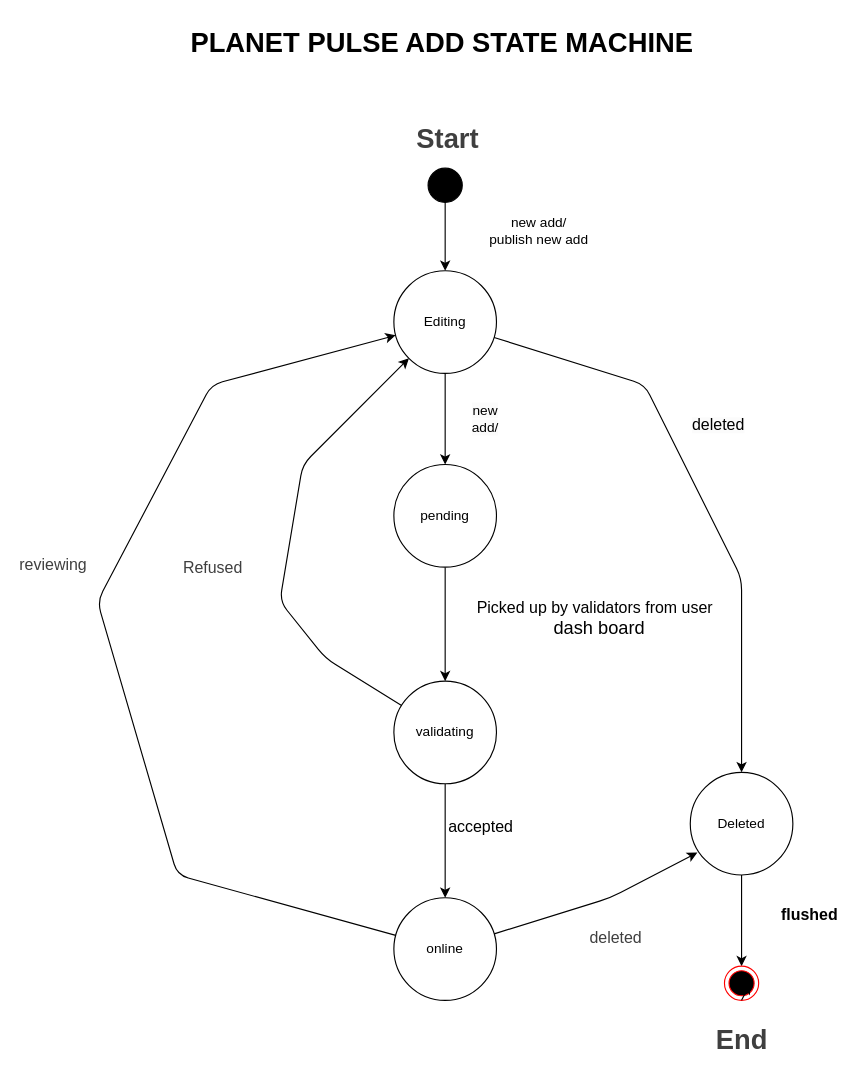
Before: Docs/Status-machine/State-machine.drawio in Giao748/ISEP-PESTI, a draw.io diagram. Source tidied: cells renumbered, new cells numbered last; positions are measured from the earlier drawing's top-left corner, leaving out a move shared by most shapes. Both pictures are drawn from the tidied source at 114%, with x=0, y=0 at pixel (97, 19).
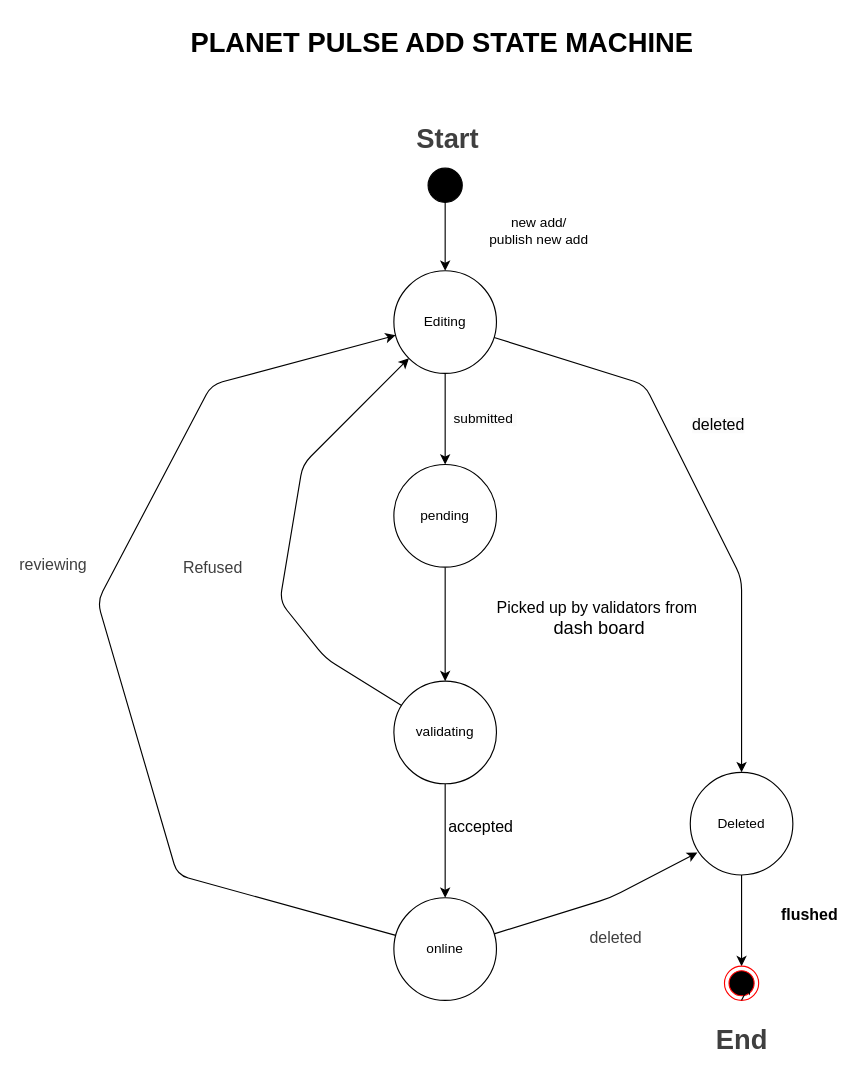
The same page after the edit.

Unchanged cells that the change refers to:
```xml
<mxCell id="5" value="Editing" style="ellipse;whiteSpace=wrap;html=1;" parent="1" vertex="1">
  <mxGeometry x="260" y="220" width="90" height="90" as="geometry" />
</mxCell>
<mxCell id="9" value="pending" style="ellipse;whiteSpace=wrap;html=1;" parent="1" vertex="1">
  <mxGeometry x="260" y="390" width="90" height="90" as="geometry" />
</mxCell>
```

What changed in the source:
```diff
@@
-<mxGraphModel>
+<mxGraphModel background="#ffffff">
@@
-    <mxCell id="4" value="&lt;span style=&quot;color: rgb(0, 0, 0); font-family: Helvetica; font-size: 12px; font-style: normal; font-variant-ligatures: normal; font-variant-caps: normal; font-weight: 400; letter-spacing: normal; orphans: 2; text-align: center; text-indent: 0px; text-transform: none; widows: 2; word-spacing: 0px; -webkit-text-stroke-width: 0px; white-space: normal; background-color: rgb(251, 251, 251); text-decoration-thickness: initial; text-decoration-style: initial; text-decoration-color: initial; display: inline !important; float: none;&quot;&gt;new add/&lt;/span&gt;&lt;br class=&quot;Apple-interchange-newline&quot;&gt;" style="edgeStyle=none;html=1;" parent="1" edge="1" source="5" target="9">
+    <mxCell id="4" value="&lt;span style=&quot;font-size: 12px; text-wrap: wrap; background-color: rgb(251, 251, 251);&quot;&gt;submitted&amp;nbsp;&lt;/span&gt;" style="edgeStyle=none;html=1;" parent="1" edge="1" source="5" target="9">
       <mxGeometry y="35" relative="1" as="geometry" />
     </mxCell>
@@
-    <mxCell id="24" value="&lt;font style=&quot;scrollbar-color: light-dark(#e2e2e2, #4b4b4b)&lt;br/&gt;&#9;&#9;&#9;&#9;&#9;light-dark(#fbfbfb, var(--dark-panel-color)); font-size: 14px;&quot;&gt;Picked up by validators from user&amp;nbsp;&amp;nbsp;&lt;/font&gt;&lt;div style=&quot;scrollbar-color: light-dark(#e2e2e2, #4b4b4b)&lt;br/&gt;&#9;&#9;&#9;&#9;&#9;light-dark(#fbfbfb, var(--dark-panel-color));&quot;&gt;&lt;font style=&quot;scrollbar-color: light-dark(#e2e2e2, #4b4b4b)&lt;br/&gt;&#9;&#9;&#9;&#9;&#9;light-dark(#fbfbfb, var(--dark-panel-color));&quot; size=&quot;3&quot;&gt;dash board&lt;/font&gt;&lt;/div&gt;" style="text;html=1;align=center;verticalAlign=middle;strokeColor=none;fillColor=none;" parent="1" vertex="1">
-      <mxGeometry x="320" y="500" width="240" height="50" as="geometry" />
+    <mxCell id="24" value="&lt;font style=&quot;scrollbar-color: light-dark(#e2e2e2, #4b4b4b)&lt;br/&gt;&#9;&#9;&#9;&#9;&#9;light-dark(#fbfbfb, var(--dark-panel-color)); font-size: 14px;&quot;&gt;Picked up by validators from&amp;nbsp;&lt;/font&gt;&lt;div style=&quot;scrollbar-color: light-dark(#e2e2e2, #4b4b4b)&lt;br/&gt;&#9;&#9;&#9;&#9;&#9;light-dark(#fbfbfb, var(--dark-panel-color));&quot;&gt;&lt;font style=&quot;scrollbar-color: light-dark(#e2e2e2, #4b4b4b)&lt;br/&gt;&#9;&#9;&#9;&#9;&#9;light-dark(#fbfbfb, var(--dark-panel-color));&quot; size=&quot;3&quot;&gt;dash board&lt;/font&gt;&lt;/div&gt;" style="text;html=1;align=center;verticalAlign=middle;strokeColor=none;fillColor=none;" parent="1" vertex="1">
+      <mxGeometry x="340" y="500" width="200" height="50" as="geometry" />
     </mxCell>
```
